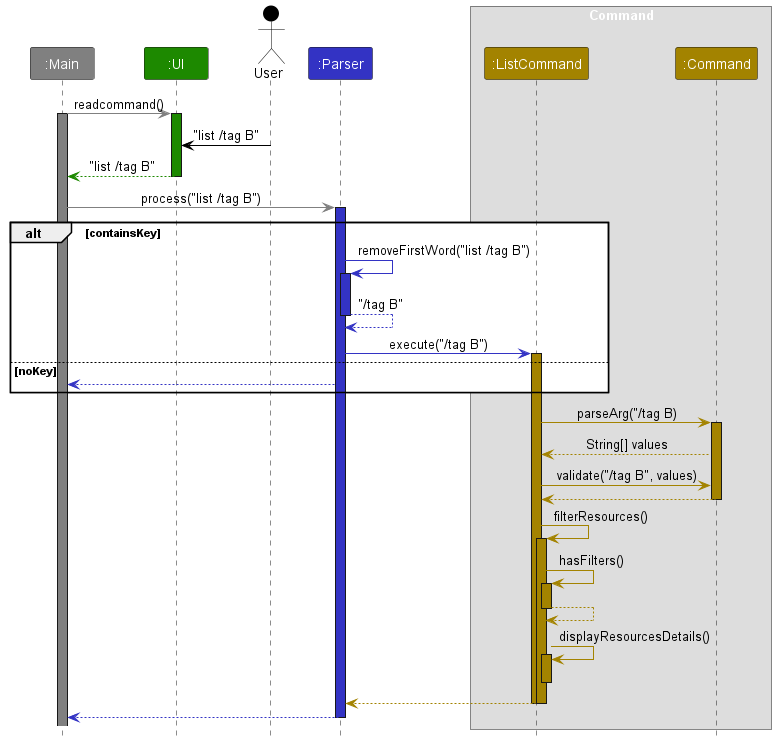
yingx9/tp keeps this PlantUML diagram as docs/images/ListSequenceDiagram.png. Above is the earlier version.
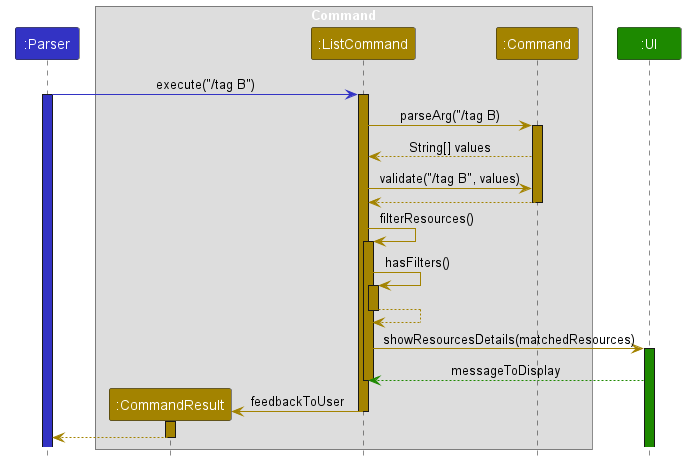
After the commit.

Commit message:
Improve sequence diagrams and add Show Resources feature to DG

Change to the diagram source:
```diff
@@ -6,41 +6,21 @@
 
 skinparam ArrowFontStyle plain
 
-
-
-
-participant ":Main" as MAIN #grey
-participant ":UI" as UI UI_COLOR
-Actor User as user USER_COLOR
 participant ":Parser" as PARSER PARSER_COLOR
 
-
 box Command
+participant ":CommandResult" as COMMANDRESULT COMMAND_COLOR
 participant ":ListCommand" as LISTCOMMAND COMMAND_COLOR
 participant ":Command" as COMMAND COMMAND_COLOR
+
 end box
 
-MAIN -[#grey]> UI : readcommand()
-activate MAIN #grey
-activate UI UI_COLOR
+participant ":UI" as UI UI_COLOR
 
-user -[USER_COLOR]> UI : "list /tag B"
-
-UI --[UI_COLOR]> MAIN : "list /tag B"
-deactivate UI  UI_COLOR
-MAIN -[#grey]> PARSER : process("list /tag B")
+PARSER -[PARSER_COLOR]> LISTCOMMAND: execute("/tag B")
 activate PARSER PARSER_COLOR
 
-alt containsKey
-    PARSER -[PARSER_COLOR]> PARSER: removeFirstWord("list /tag B")
-    activate PARSER PARSER_COLOR
-     PARSER --[PARSER_COLOR]> PARSER : "/tag B"
-    deactivate PARSER PARSER_COLOR
-    PARSER -[PARSER_COLOR]> LISTCOMMAND: execute("/tag B")
-    activate LISTCOMMAND COMMAND_COLOR
-else noKey
-    PARSER --[PARSER_COLOR]> MAIN :
-end
+activate LISTCOMMAND COMMAND_COLOR
 
 
 LISTCOMMAND -[COMMAND_COLOR]> COMMAND : parseArg("/tag B)
@@ -61,15 +41,19 @@
 LISTCOMMAND --[COMMAND_COLOR]> LISTCOMMAND
 deactivate LISTCOMMAND COMMAND_COLOR
 
-LISTCOMMAND -[COMMAND_COLOR]> LISTCOMMAND : displayResourcesDetails()
-activate LISTCOMMAND COMMAND_COLOR
+
+LISTCOMMAND -[COMMAND_COLOR]> UI : showResourcesDetails(matchedResources)
+activate UI UI_COLOR
+UI --[UI_COLOR]> LISTCOMMAND : messageToDisplay
+deactivate LISTCOMMAND
+create COMMANDRESULT
+LISTCOMMAND -[COMMAND_COLOR]> COMMANDRESULT : feedbackToUser
 deactivate LISTCOMMAND COMMAND_COLOR
-
-LISTCOMMAND --[COMMAND_COLOR]> PARSER
-deactivate LISTCOMMAND COMMAND_COLOR
-deactivate LISTCOMMAND COMMAND_COLOR
+activate COMMANDRESULT COMMAND_COLOR
+COMMANDRESULT --[COMMAND_COLOR]> PARSER
+deactivate COMMANDRESULT
 
 
-PARSER --[PARSER_COLOR]> MAIN :
-deactivate PARSER PARSER_COLOR
+
+
 @enduml
```
